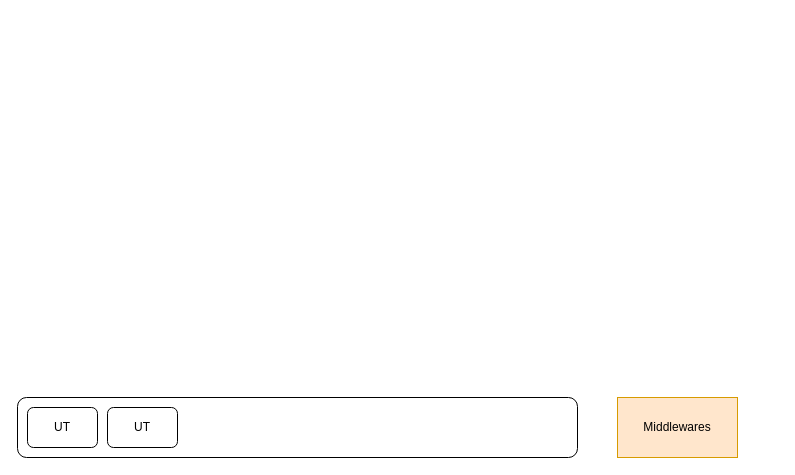
TIEmerald/Draw_io_Repository keeps this draw.io diagram as Untitled Diagram.drawio. Above is the earlier version. Source tidied: cells renumbered, new cells numbered last; positions are measured from the earlier drawing's top-left corner, leaving out a move shared by most shapes. Both pictures are drawn from the tidied source at 100%, with x=0, y=0 at pixel (17, 397).
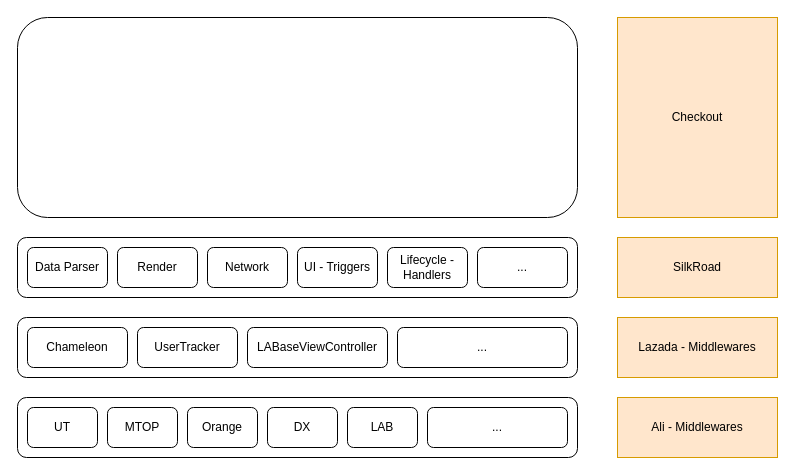
The same page after the edit.

Change to the diagram source:
```diff
@@
-    <mxCell id="3" value="Middlewares" style="rounded=0;whiteSpace=wrap;html=1;fillColor=#ffe6cc;strokeColor=#d79b00;" parent="1" vertex="1">
-      <mxGeometry x="600" width="120" height="60" as="geometry" />
+    <mxCell id="3" value="Ali - Middlewares" style="rounded=0;whiteSpace=wrap;html=1;fillColor=#ffe6cc;strokeColor=#d79b00;" parent="1" vertex="1">
+      <mxGeometry x="600" width="160" height="60" as="geometry" />
     </mxCell>
@@
-    <mxCell id="5" value="UT" style="rounded=1;whiteSpace=wrap;html=1;" parent="1" vertex="1">
+    <mxCell id="5" value="MTOP" style="rounded=1;whiteSpace=wrap;html=1;" parent="1" vertex="1">
       <mxGeometry x="90" y="10" width="70" height="40" as="geometry" />
     </mxCell>
+    <mxCell id="6" value="Orange" style="rounded=1;whiteSpace=wrap;html=1;" parent="1" vertex="1">
+      <mxGeometry x="170" y="10" width="70" height="40" as="geometry" />
+    </mxCell>
+    <mxCell id="7" value="DX" style="rounded=1;whiteSpace=wrap;html=1;" parent="1" vertex="1">
+      <mxGeometry x="250" y="10" width="70" height="40" as="geometry" />
+    </mxCell>
+    <mxCell id="8" value="LAB" style="rounded=1;whiteSpace=wrap;html=1;" parent="1" vertex="1">
+      <mxGeometry x="330" y="10" width="70" height="40" as="geometry" />
+    </mxCell>
+    <mxCell id="9" value="..." style="rounded=1;whiteSpace=wrap;html=1;" parent="1" vertex="1">
+      <mxGeometry x="410" y="10" width="140" height="40" as="geometry" />
+    </mxCell>
+    <mxCell id="10" style="rounded=1;whiteSpace=wrap;html=1;" parent="1" vertex="1">
+      <mxGeometry y="-80" width="560" height="60" as="geometry" />
+    </mxCell>
+    <mxCell id="11" value="Lazada - Middlewares" style="rounded=0;whiteSpace=wrap;html=1;fillColor=#ffe6cc;strokeColor=#d79b00;" parent="1" vertex="1">
+      <mxGeometry x="600" y="-80" width="160" height="60" as="geometry" />
+    </mxCell>
+    <mxCell id="12" value="Chameleon" style="rounded=1;whiteSpace=wrap;html=1;" parent="1" vertex="1">
+      <mxGeometry x="10" y="-70" width="100" height="40" as="geometry" />
+    </mxCell>
+    <mxCell id="13" value="UserTracker" style="rounded=1;whiteSpace=wrap;html=1;" parent="1" vertex="1">
+      <mxGeometry x="120" y="-70" width="100" height="40" as="geometry" />
+    </mxCell>
+    <mxCell id="14" value="LABaseViewController" style="rounded=1;whiteSpace=wrap;html=1;" parent="1" vertex="1">
+      <mxGeometry x="230" y="-70" width="140" height="40" as="geometry" />
+    </mxCell>
+    <mxCell id="15" value="..." style="rounded=1;whiteSpace=wrap;html=1;" parent="1" vertex="1">
+      <mxGeometry x="380" y="-70" width="170" height="40" as="geometry" />
+    </mxCell>
+    <mxCell id="16" style="rounded=1;whiteSpace=wrap;html=1;" parent="1" vertex="1">
+      <mxGeometry y="-160" width="560" height="60" as="geometry" />
+    </mxCell>
+    <mxCell id="17" value="SilkRoad" style="rounded=0;whiteSpace=wrap;html=1;fillColor=#ffe6cc;strokeColor=#d79b00;" parent="1" vertex="1">
+      <mxGeometry x="600" y="-160" width="160" height="60" as="geometry" />
+    </mxCell>
+    <mxCell id="18" value="Data Parser" style="rounded=1;whiteSpace=wrap;html=1;" parent="1" vertex="1">
+      <mxGeometry x="10" y="-150" width="80" height="40" as="geometry" />
+    </mxCell>
+    <mxCell id="19" value="Render" style="rounded=1;whiteSpace=wrap;html=1;" parent="1" vertex="1">
+      <mxGeometry x="100" y="-150" width="80" height="40" as="geometry" />
+    </mxCell>
+    <mxCell id="20" value="Network" style="rounded=1;whiteSpace=wrap;html=1;" parent="1" vertex="1">
+      <mxGeometry x="190" y="-150" width="80" height="40" as="geometry" />
+    </mxCell>
+    <mxCell id="21" value="UI - Triggers" style="rounded=1;whiteSpace=wrap;html=1;" parent="1" vertex="1">
+      <mxGeometry x="280" y="-150" width="80" height="40" as="geometry" />
+    </mxCell>
+    <mxCell id="22" value="Lifecycle - Handlers" style="rounded=1;whiteSpace=wrap;html=1;" parent="1" vertex="1">
+      <mxGeometry x="370" y="-150" width="80" height="40" as="geometry" />
+    </mxCell>
+    <mxCell id="23" value="..." style="rounded=1;whiteSpace=wrap;html=1;" parent="1" vertex="1">
+      <mxGeometry x="460" y="-150" width="90" height="40" as="geometry" />
+    </mxCell>
+    <mxCell id="24" value="Checkout" style="rounded=0;whiteSpace=wrap;html=1;fillColor=#ffe6cc;strokeColor=#d79b00;" parent="1" vertex="1">
+      <mxGeometry x="600" y="-380" width="160" height="200" as="geometry" />
+    </mxCell>
+    <mxCell id="25" style="rounded=1;whiteSpace=wrap;html=1;" parent="1" vertex="1">
+      <mxGeometry y="-380" width="560" height="200" as="geometry" />
+    </mxCell>
```
